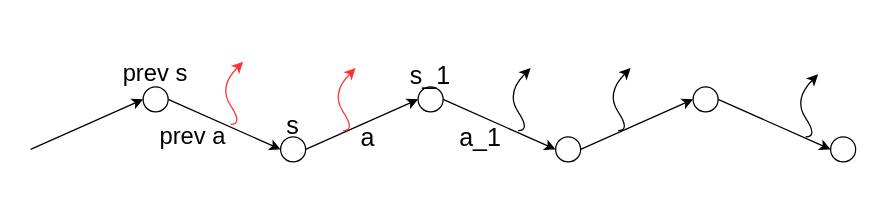
This is Untitled Diagram.drawio from Armore27/GOS, a draw.io file, before an edit. Source tidied: cells renumbered, new cells numbered last; positions are measured from the earlier drawing's top-left corner, leaving out a move shared by most shapes. Both pictures are drawn from the tidied source at 125%, with x=0, y=0 at pixel (30, 61).
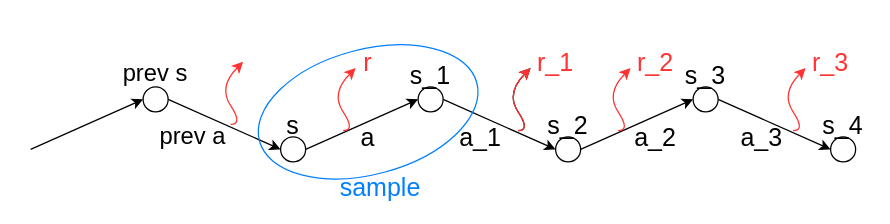
The same diagram, later.

Diff of the diagram source:
```diff
@@
-    <mxCell id="19" style="curved=1;endArrow=classic;html=1;" parent="1" edge="1">
+    <mxCell id="19" style="curved=1;endArrow=classic;html=1;strokeColor=#FF3333;" parent="1" edge="1">
       <mxGeometry relative="1" as="geometry">
         <mxPoint x="470" y="55" as="sourcePoint" />
         <mxPoint x="480" y="5" as="targetPoint" />
         <Array as="points">
           <mxPoint x="480" y="55" />
           <mxPoint x="460" y="25" />
         </Array>
       </mxGeometry>
     </mxCell>
-    <mxCell id="20" style="curved=1;endArrow=classic;html=1;" parent="1" edge="1">
+    <mxCell id="20" style="curved=1;endArrow=classic;html=1;strokeColor=#FF3333;" parent="1" edge="1">
       <mxGeometry relative="1" as="geometry">
-        <mxPoint x="620" y="60" as="sourcePoint" />
-        <mxPoint x="630" y="10" as="targetPoint" />
+        <mxPoint x="610" y="55" as="sourcePoint" />
+        <mxPoint x="620" y="5" as="targetPoint" />
         <Array as="points">
-          <mxPoint x="630" y="60" />
-          <mxPoint x="610" y="30" />
+          <mxPoint x="620" y="55" />
+          <mxPoint x="600" y="25" />
         </Array>
       </mxGeometry>
     </mxCell>
@@
+    <mxCell id="25" value="&lt;font style=&quot;font-size: 20px&quot;&gt;a_2&lt;/font&gt;" style="text;html=1;strokeColor=none;fillColor=none;align=center;verticalAlign=middle;whiteSpace=wrap;rounded=0;" parent="1" vertex="1">
+      <mxGeometry x="480" y="50" width="40" height="20" as="geometry" />
+    </mxCell>
+    <mxCell id="26" value="&lt;font style=&quot;font-size: 20px&quot;&gt;s_2&lt;/font&gt;" style="text;html=1;strokeColor=none;fillColor=none;align=center;verticalAlign=middle;whiteSpace=wrap;rounded=0;" parent="1" vertex="1">
+      <mxGeometry x="410" y="40" width="40" height="20" as="geometry" />
+    </mxCell>
+    <mxCell id="27" value="&lt;font style=&quot;font-size: 20px&quot;&gt;s_3&lt;/font&gt;" style="text;html=1;strokeColor=none;fillColor=none;align=center;verticalAlign=middle;whiteSpace=wrap;rounded=0;" parent="1" vertex="1">
+      <mxGeometry x="520" width="40" height="20" as="geometry" />
+    </mxCell>
+    <mxCell id="28" value="&lt;font style=&quot;font-size: 20px&quot;&gt;s_4&lt;/font&gt;" style="text;html=1;strokeColor=none;fillColor=none;align=center;verticalAlign=middle;whiteSpace=wrap;rounded=0;" parent="1" vertex="1">
+      <mxGeometry x="630" y="40" width="40" height="20" as="geometry" />
+    </mxCell>
+    <mxCell id="29" value="&lt;font style=&quot;font-size: 20px&quot;&gt;a_3&lt;/font&gt;" style="text;html=1;strokeColor=none;fillColor=none;align=center;verticalAlign=middle;whiteSpace=wrap;rounded=0;" parent="1" vertex="1">
+      <mxGeometry x="570" y="50" width="30" height="20" as="geometry" />
+    </mxCell>
+    <mxCell id="30" value="&lt;font style=&quot;font-size: 20px&quot; color=&quot;#ff3333&quot;&gt;r_1&lt;/font&gt;" style="text;html=1;strokeColor=none;fillColor=none;align=center;verticalAlign=middle;whiteSpace=wrap;rounded=0;" parent="1" vertex="1">
+      <mxGeometry x="400" y="-10" width="40" height="20" as="geometry" />
+    </mxCell>
+    <mxCell id="31" value="&lt;font style=&quot;font-size: 20px&quot; color=&quot;#ff3333&quot;&gt;r&lt;/font&gt;" style="text;html=1;strokeColor=none;fillColor=none;align=center;verticalAlign=middle;whiteSpace=wrap;rounded=0;" parent="1" vertex="1">
+      <mxGeometry x="250" y="-10" width="40" height="20" as="geometry" />
+    </mxCell>
+    <mxCell id="32" value="&lt;font style=&quot;font-size: 20px&quot; color=&quot;#ff3333&quot;&gt;r_2&lt;/font&gt;" style="text;html=1;strokeColor=none;fillColor=none;align=center;verticalAlign=middle;whiteSpace=wrap;rounded=0;" parent="1" vertex="1">
+      <mxGeometry x="480" y="-10" width="40" height="20" as="geometry" />
+    </mxCell>
+    <mxCell id="33" value="&lt;font style=&quot;font-size: 20px&quot; color=&quot;#ff3333&quot;&gt;r_3&lt;/font&gt;" style="text;html=1;strokeColor=none;fillColor=none;align=center;verticalAlign=middle;whiteSpace=wrap;rounded=0;" parent="1" vertex="1">
+      <mxGeometry x="620" y="-10" width="40" height="20" as="geometry" />
+    </mxCell>
+    <mxCell id="34" style="curved=1;endArrow=classic;html=1;strokeColor=#FF3333;" parent="1" edge="1">
+      <mxGeometry relative="1" as="geometry">
+        <mxPoint x="390" y="55" as="sourcePoint" />
+        <mxPoint x="400" y="5" as="targetPoint" />
+        <Array as="points">
+          <mxPoint x="400" y="55" />
+          <mxPoint x="380" y="25" />
+        </Array>
+      </mxGeometry>
+    </mxCell>
+    <mxCell id="35" style="ellipse;whiteSpace=wrap;html=1;fillColor=none;rotation=-15;strokeColor=#007FFF;" parent="1" vertex="1">
+      <mxGeometry x="180" y="-10" width="180" height="100" as="geometry" />
+    </mxCell>
+    <mxCell id="36" value="&lt;font style=&quot;font-size: 20px&quot; color=&quot;#007fff&quot;&gt;sample&lt;/font&gt;" style="text;html=1;strokeColor=none;fillColor=none;align=center;verticalAlign=middle;whiteSpace=wrap;rounded=0;" parent="1" vertex="1">
+      <mxGeometry x="260" y="90" width="40" height="20" as="geometry" />
+    </mxCell>
```
